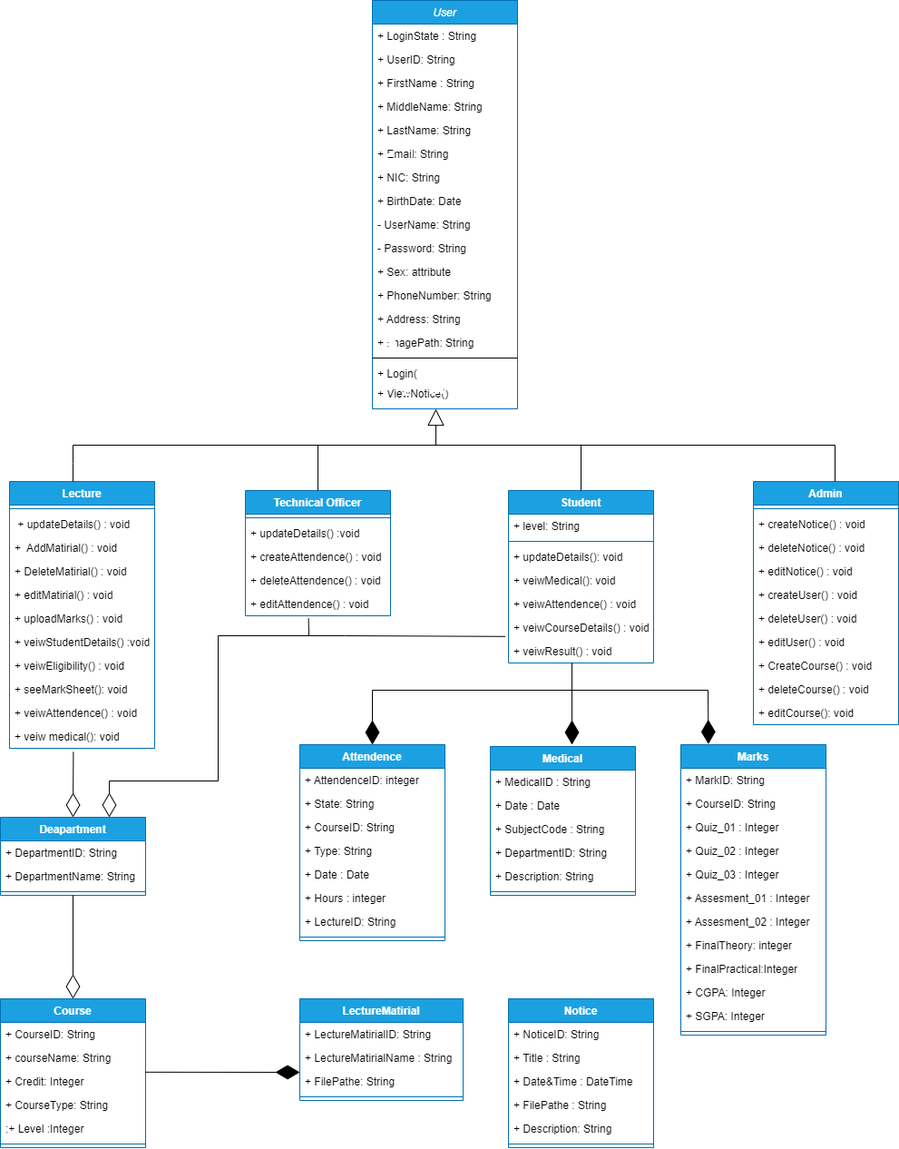
The draw.io diagram class_diagram.drawio.png in ChandimalPriyamantha/Java_Project_TECMIS, before a commit. Source tidied: cells renumbered, new cells last; positions are measured from the earlier drawing's top-left corner, leaving out a move shared by most shapes.
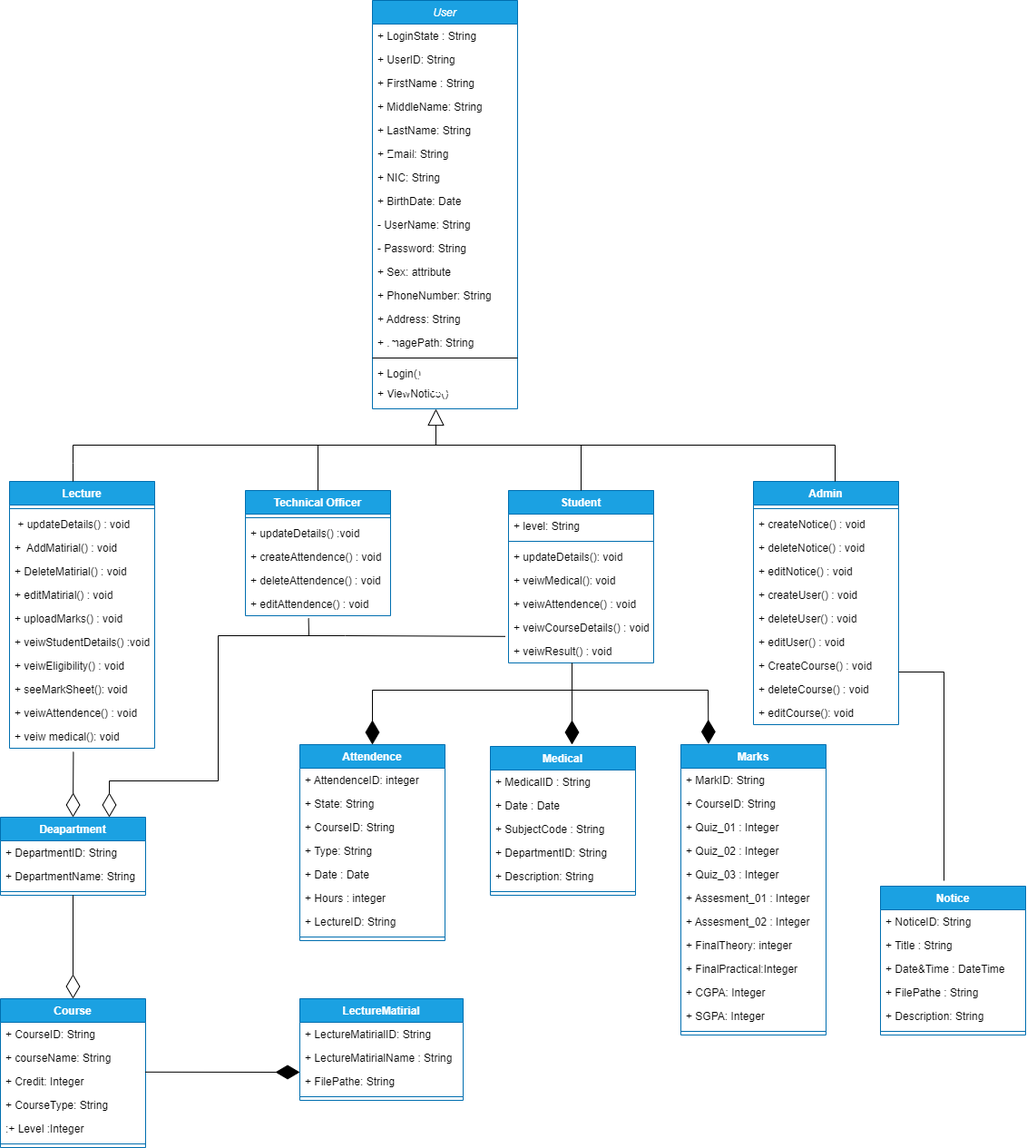
After the change.

The edit, as a diff of the source:
```diff
@@ -415,7 +415,7 @@
       </mxGeometry>
     </mxCell>
     <mxCell id="122" value="Notice" style="swimlane;fontStyle=1;align=center;verticalAlign=top;horizontal=1;startSize=26;fillColor=#1ba1e2;fontColor=#ffffff;strokeColor=#006EAF;" parent="1" vertex="1">
-      <mxGeometry x="560" y="1100" width="160" height="164" as="geometry" />
+      <mxGeometry x="970" y="976" width="160" height="164" as="geometry" />
     </mxCell>
     <mxCell id="123" value="+ NoticeID: String" style="text;strokeColor=none;fillColor=none;align=left;verticalAlign=top;spacingLeft=4;spacingRight=4;overflow=hidden;" parent="122" vertex="1">
       <mxGeometry y="26" width="160" height="26" as="geometry" />
@@ -435,5 +435,17 @@
     <mxCell id="128" style="line;strokeWidth=1;fillColor=none;align=left;verticalAlign=middle;spacingTop=-1;spacingLeft=3;spacingRight=3;labelPosition=right;strokeColor=inherit;" parent="122" vertex="1">
       <mxGeometry y="156" width="160" height="8" as="geometry" />
     </mxCell>
+    <mxCell id="129" style="endArrow=none;html=1;" parent="1" edge="1">
+      <mxGeometry relative="1" as="geometry">
+        <mxPoint x="1040" y="970" as="sourcePoint" />
+        <mxPoint x="1040" y="740" as="targetPoint" />
+      </mxGeometry>
+    </mxCell>
+    <mxCell id="130" style="endArrow=none;html=1;" parent="1" edge="1">
+      <mxGeometry relative="1" as="geometry">
+        <mxPoint x="990" y="740" as="sourcePoint" />
+        <mxPoint x="1040" y="740" as="targetPoint" />
+      </mxGeometry>
+    </mxCell>
   </root>
 </mxGraphModel>
```
